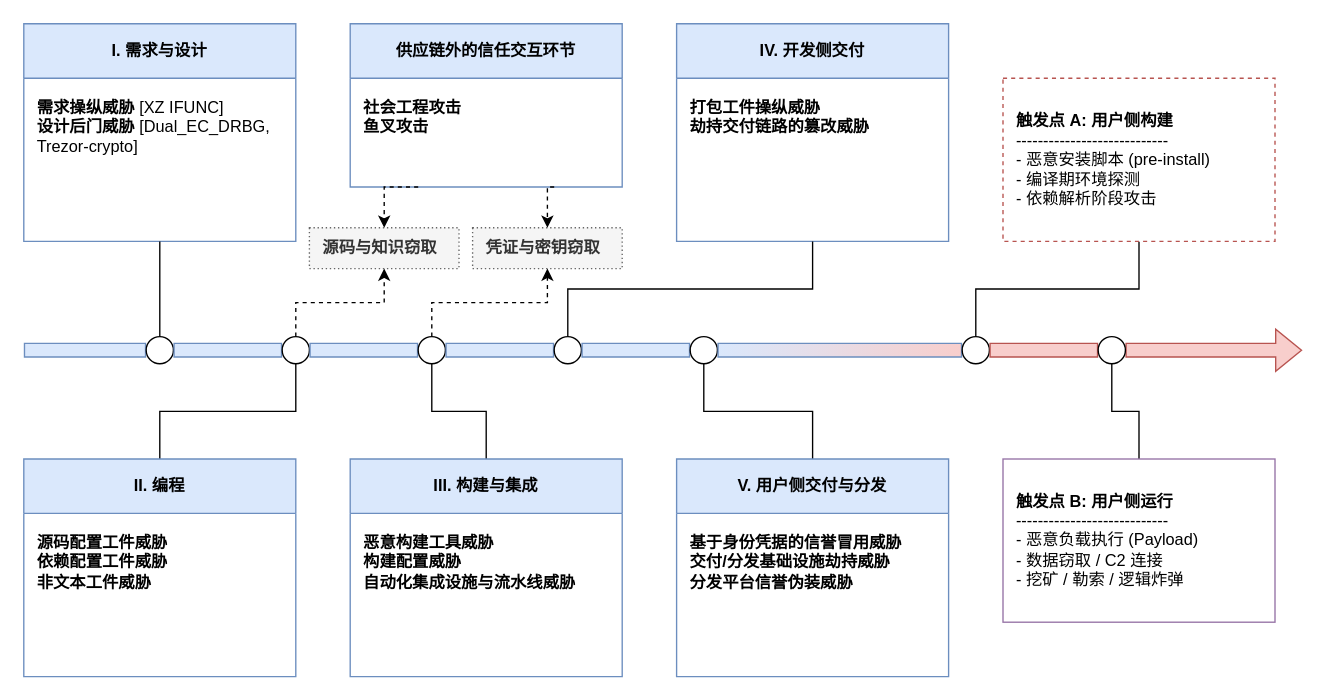
The draw.io diagram 供应链各阶段攻击.drawio in npc1054657282/diagram, before the edit. Source tidied: cells renumbered, new cells numbered last; positions are measured from the earlier drawing's top-left corner, leaving out a move shared by most shapes. Both pictures are drawn from the tidied source at 136%, with x=0, y=0 at pixel (23, 23).
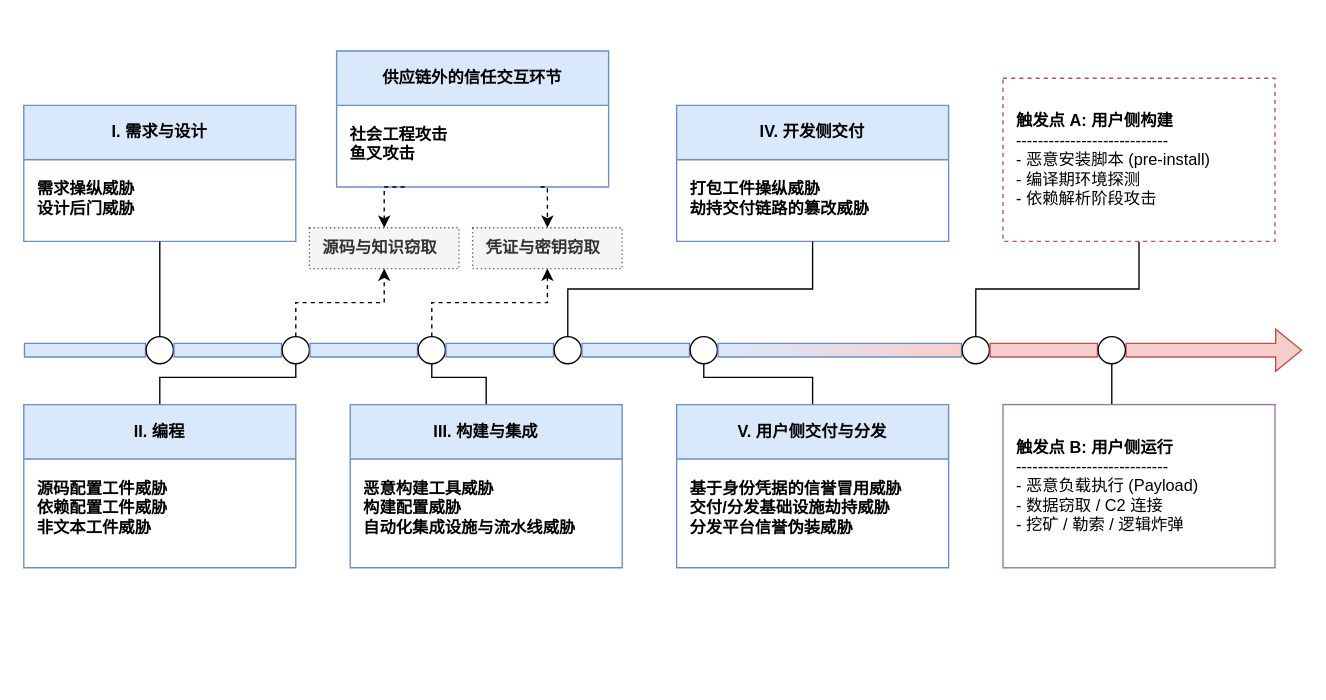
The same diagram, later.

Commit message:
更新供应链各阶段攻击.drawio

What changed in the source:
```diff
@@
     <mxCell id="4" value="I. 需求与设计" style="swimlane;whiteSpace=wrap;html=1;startSize=40;fillColor=#dae8fc;strokeColor=#6c8ebf;fontStyle=1;" parent="1" vertex="1">
-      <mxGeometry width="200" height="160" as="geometry" />
+      <mxGeometry y="60" width="200" height="100" as="geometry" />
     </mxCell>
-    <mxCell id="5" value="&lt;b&gt;需求操纵威胁&lt;/b&gt;&amp;nbsp;[XZ IFUNC]&lt;br&gt;&lt;div&gt;&lt;b style=&quot;background-color: transparent; color: light-dark(rgb(0, 0, 0), rgb(255, 255, 255));&quot;&gt;设计后门威胁&lt;/b&gt;&amp;nbsp;[Dual_EC_DRBG, Trezor-crypto]&lt;br&gt;&lt;/div&gt;" style="text;html=1;align=left;verticalAlign=top;spacing=10;whiteSpace=wrap;overflow=hidden;" parent="4" vertex="1">
-      <mxGeometry y="40" width="200" height="120" as="geometry" />
+    <mxCell id="5" value="&lt;b&gt;需求操纵威胁&lt;/b&gt;&lt;br&gt;&lt;div&gt;&lt;b style=&quot;background-color: transparent; color: light-dark(rgb(0, 0, 0), rgb(255, 255, 255));&quot;&gt;设计后门威胁&lt;/b&gt;&lt;br&gt;&lt;/div&gt;" style="text;html=1;align=left;verticalAlign=top;spacing=10;whiteSpace=wrap;overflow=hidden;" parent="4" vertex="1">
+      <mxGeometry y="40" width="200" height="60" as="geometry" />
     </mxCell>
@@
     <mxCell id="7" value="II. 编程" style="swimlane;whiteSpace=wrap;html=1;startSize=40;fillColor=#dae8fc;strokeColor=#6c8ebf;fontStyle=1;" parent="1" vertex="1">
-      <mxGeometry y="320" width="200" height="160" as="geometry" />
+      <mxGeometry y="280" width="200" height="120" as="geometry" />
     </mxCell>
     <mxCell id="8" value="&lt;b&gt;源码配置工件威胁&lt;/b&gt;&lt;div&gt;&lt;b&gt;依赖配置工件威胁&lt;/b&gt;&lt;/div&gt;&lt;div&gt;&lt;b&gt;非文本工件威胁&lt;/b&gt;&lt;br&gt;&lt;/div&gt;" style="text;html=1;align=left;verticalAlign=top;spacing=10;whiteSpace=wrap;overflow=hidden;" parent="7" vertex="1">
-      <mxGeometry y="40" width="200" height="120" as="geometry" />
+      <mxGeometry y="40" width="200" height="80" as="geometry" />
     </mxCell>
@@
     <mxCell id="10" value="III. 构建与集成" style="swimlane;whiteSpace=wrap;html=1;startSize=40;fillColor=#dae8fc;strokeColor=#6c8ebf;fontStyle=1;" parent="1" vertex="1">
-      <mxGeometry x="240" y="320" width="200" height="160" as="geometry" />
+      <mxGeometry x="240" y="280" width="200" height="120" as="geometry" />
     </mxCell>
     <mxCell id="11" value="&lt;b&gt;恶意构建工具威胁&lt;/b&gt;&lt;div&gt;&lt;b&gt;构建配置威胁&lt;/b&gt;&lt;/div&gt;&lt;div&gt;&lt;b&gt;自动化集成设施与流水线威胁&lt;/b&gt;&lt;/div&gt;" style="text;html=1;align=left;verticalAlign=top;spacing=10;whiteSpace=wrap;overflow=hidden;" parent="10" vertex="1">
-      <mxGeometry y="40" width="200" height="120" as="geometry" />
+      <mxGeometry y="40" width="200" height="80" as="geometry" />
     </mxCell>
     <mxCell id="12" value="IV. 开发侧交付" style="swimlane;whiteSpace=wrap;html=1;startSize=40;fillColor=#dae8fc;strokeColor=#6c8ebf;fontStyle=1;" parent="1" vertex="1">
-      <mxGeometry x="480" width="200" height="160" as="geometry" />
+      <mxGeometry x="480" y="60" width="200" height="100" as="geometry" />
     </mxCell>
     <mxCell id="13" value="&lt;div&gt;&lt;div&gt;&lt;b&gt;打包工件操纵威胁&lt;/b&gt;&lt;/div&gt;&lt;div&gt;&lt;b&gt;劫持交付链路的篡改威胁&lt;/b&gt;&lt;/div&gt;&lt;div&gt;&lt;/div&gt;&lt;/div&gt;" style="text;html=1;align=left;verticalAlign=top;spacing=10;whiteSpace=wrap;overflow=hidden;" parent="12" vertex="1">
-      <mxGeometry y="40" width="200" height="120" as="geometry" />
+      <mxGeometry y="40" width="200" height="60" as="geometry" />
     </mxCell>
@@
     <mxCell id="15" value="V. 用户侧交付与分发" style="swimlane;whiteSpace=wrap;html=1;startSize=40;fillColor=#dae8fc;strokeColor=#6c8ebf;fontStyle=1;" parent="1" vertex="1">
-      <mxGeometry x="480" y="320" width="200" height="160" as="geometry" />
+      <mxGeometry x="480" y="280" width="200" height="120" as="geometry" />
     </mxCell>
     <mxCell id="16" value="&lt;b&gt;基于身份凭据的信誉冒用威胁&lt;/b&gt;&lt;div&gt;&lt;b&gt;交付/分发基础设施劫持威胁&lt;/b&gt;&lt;/div&gt;&lt;div&gt;&lt;b&gt;分发平台信誉伪装威胁&lt;/b&gt;&lt;br&gt;&lt;/div&gt;" style="text;html=1;align=left;verticalAlign=top;spacing=10;whiteSpace=wrap;overflow=hidden;" parent="15" vertex="1">
-      <mxGeometry y="40" width="200" height="120" as="geometry" />
+      <mxGeometry y="40" width="200" height="80" as="geometry" />
     </mxCell>
@@
     <mxCell id="20" value="&lt;b&gt;触发点 B: 用户侧运行&lt;/b&gt;&lt;br&gt;----------------------------&lt;br&gt;- 恶意负载执行 (Payload)&lt;br&gt;- 数据窃取 / C2 连接&lt;br&gt;- 挖矿 / 勒索 / 逻辑炸弹" style="rounded=0;whiteSpace=wrap;html=1;fillColor=#ffffff;strokeColor=#9673a6;align=left;spacing=10;" parent="1" vertex="1">
-      <mxGeometry x="720" y="320" width="200" height="120" as="geometry" />
+      <mxGeometry x="720" y="280" width="200" height="120" as="geometry" />
     </mxCell>
@@
     <mxCell id="22" value="供应链外的信任交互环节" style="swimlane;whiteSpace=wrap;html=1;startSize=40;fillColor=#dae8fc;strokeColor=#6c8ebf;fontStyle=1;" parent="1" vertex="1">
-      <mxGeometry x="240" width="200" height="120" as="geometry" />
+      <mxGeometry x="230" y="20" width="200" height="100" as="geometry" />
     </mxCell>
     <mxCell id="23" value="&lt;div&gt;&lt;b&gt;社会工程攻击&lt;/b&gt;&lt;/div&gt;&lt;div&gt;&lt;div&gt;&lt;b&gt;鱼叉攻击&lt;/b&gt;&lt;/div&gt;&lt;/div&gt;" style="text;html=1;align=left;verticalAlign=top;spacing=10;whiteSpace=wrap;overflow=hidden;" parent="22" vertex="1">
-      <mxGeometry y="40" width="200" height="80" as="geometry" />
+      <mxGeometry y="40" width="200" height="60" as="geometry" />
     </mxCell>
```
